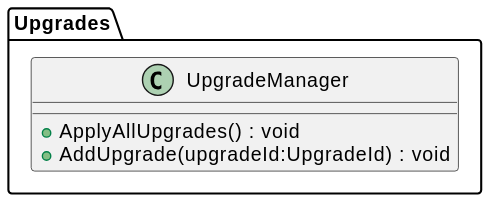
This is plantuml/out/Upgrade/UpgradeManager.svg from asterisk-cn/RougueShooter, a PlantUML export, as it was before one commit.
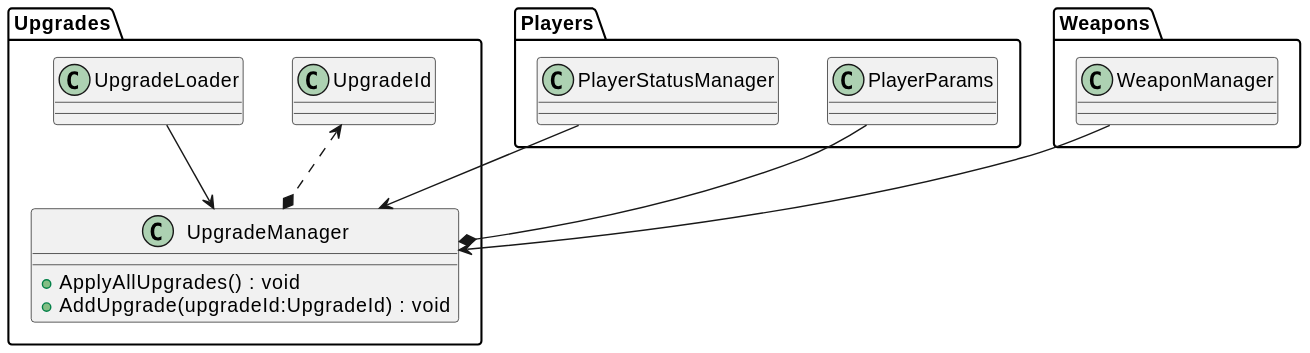
After the change.

The edit, as a diff of the source:
```diff
@@ -5,4 +5,9 @@
     + AddUpgrade(upgradeId:UpgradeId) : void
 }
 }
+Upgrades.UpgradeLoader --> UpgradeManager
+Players.PlayerStatusManager --> UpgradeManager
+Weapons.WeaponManager --> UpgradeManager
+Players.PlayerParams --* UpgradeManager
+Upgrades.UpgradeId <..* UpgradeManager
 @enduml
```
